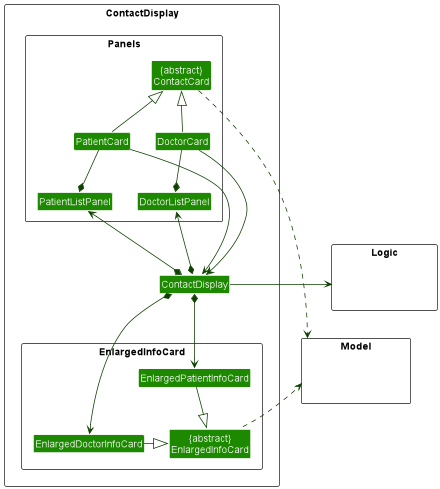
Earlier version of the PlantUML export docs/images/ContactDisplayClassDiagram.png (nus-cs2103-AY2223S2/tp). The source it was exported from:
```plantuml
@startuml
!include style.puml
top to bottom direction
skinparam arrowThickness 1.1
skinparam arrowColor UI_COLOR_T4
skinparam classBackgroundColor UI_COLOR

package ContactDisplay <<Rectangle>> {
Class ContactDisplay

package EnlargedInfoCard <<Rectangle>> {
Class "{abstract}\nEnlargedInfoCard" as EnlargedInfoCard
Class EnlargedDoctorInfoCard
Class EnlargedPatientInfoCard
}

package Panels <<Rectangle>> {
Class DoctorCard
Class DoctorListPanel
Class PatientCard
Class PatientListPanel
Class "{abstract}\nContactCard" as ContactCard
}

ContactDisplay -> Logic
ContactDisplay *-up-> DoctorListPanel
ContactDisplay *-up-> PatientListPanel
ContactDisplay *--> EnlargedDoctorInfoCard
ContactDisplay *--> EnlargedPatientInfoCard

EnlargedDoctorInfoCard -right-|> EnlargedInfoCard
EnlargedPatientInfoCard --|> EnlargedInfoCard

DoctorCard -up-|> ContactCard
DoctorCard --> ContactDisplay
PatientCard -up-|> ContactCard
PatientCard --> ContactDisplay

DoctorListPanel *-up- DoctorCard
PatientListPanel *-up- PatientCard

ContactCard ..> Model
EnlargedInfoCard .up.> Model

}

package Model <<Rectangle>> {
Class HiddenModel #FFFFFF
}

package Logic <<Rectangle>> {
Class HiddenLogic #FFFFFF
}
@enduml
```
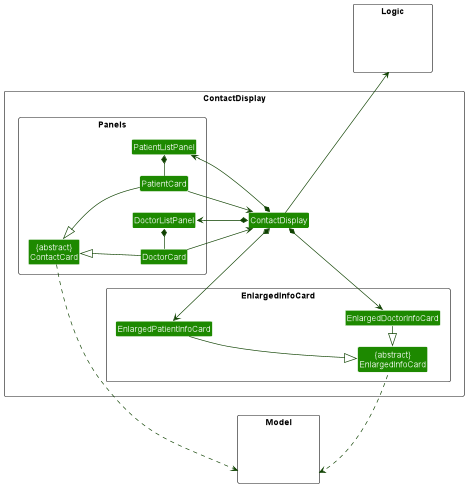
The same file after the commit.

What changed in the source:
```diff
@@ -1,6 +1,6 @@
 @startuml
 !include style.puml
-top to bottom direction
+left to right direction
 skinparam arrowThickness 1.1
 skinparam arrowColor UI_COLOR_T4
 skinparam classBackgroundColor UI_COLOR
@@ -22,26 +22,25 @@
 Class "{abstract}\nContactCard" as ContactCard
 }
 
-ContactDisplay -> Logic
+ContactDisplay --> Logic
 ContactDisplay *-up-> DoctorListPanel
 ContactDisplay *-up-> PatientListPanel
 ContactDisplay *--> EnlargedDoctorInfoCard
-ContactDisplay *--> EnlargedPatientInfoCard
+ContactDisplay *-up-> EnlargedPatientInfoCard
 
 EnlargedDoctorInfoCard -right-|> EnlargedInfoCard
-EnlargedPatientInfoCard --|> EnlargedInfoCard
+EnlargedPatientInfoCard ---|> EnlargedInfoCard
 
 DoctorCard -up-|> ContactCard
 DoctorCard --> ContactDisplay
 PatientCard -up-|> ContactCard
 PatientCard --> ContactDisplay
 
-DoctorListPanel *-up- DoctorCard
-PatientListPanel *-up- PatientCard
+DoctorListPanel *-up DoctorCard
+PatientListPanel *-up PatientCard
 
 ContactCard ..> Model
 EnlargedInfoCard .up.> Model
-
 }
 
 package Model <<Rectangle>> {
```
